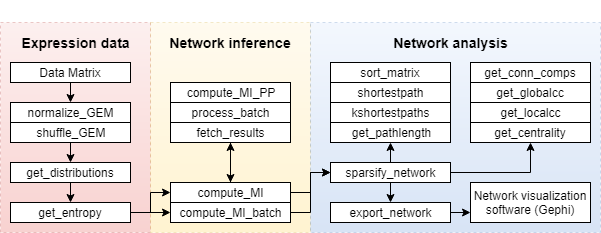
Earlier version of the draw.io export Documentation/flow.png (DepartmentofNeurophysiology/NETSCOPE). Source tidied: cells renumbered, new cells last; positions are measured from the earlier drawing's top-left corner, leaving out a move shared by most shapes.
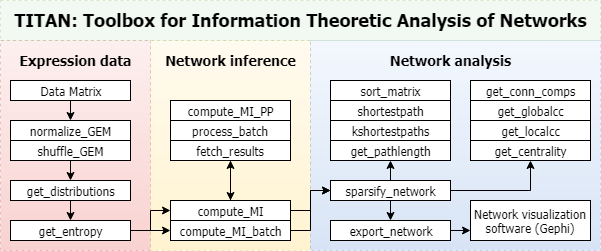
Above is the later version.

Commit message:
workflow figure update

Change to the diagram source:
```diff
@@ -2,135 +2,141 @@
   <root>
     <mxCell id="0" />
     <mxCell id="1" parent="0" />
-    <mxCell id="2" style="whiteSpace=wrap;html=1;dashed=1;fontSize=14;textOpacity=20;opacity=30;plain-red;" parent="1" vertex="1">
+    <mxCell id="2" style="whiteSpace=wrap;html=1;dashed=1;fontSize=14;textOpacity=20;opacity=30;plain-red;fontFamily=Tahoma;spacing=2;" parent="1" vertex="1">
       <mxGeometry y="15" width="150" height="210" as="geometry" />
     </mxCell>
-    <mxCell id="3" style="whiteSpace=wrap;html=1;dashed=1;fontSize=14;textOpacity=20;opacity=30;plain-yellow;" parent="1" vertex="1">
+    <mxCell id="3" style="whiteSpace=wrap;html=1;dashed=1;fontSize=14;textOpacity=20;opacity=30;plain-yellow;fontFamily=Tahoma;spacing=2;" parent="1" vertex="1">
       <mxGeometry x="150" y="15" width="160" height="210" as="geometry" />
     </mxCell>
-    <mxCell id="4" style="whiteSpace=wrap;html=1;dashed=1;fontSize=14;textOpacity=20;opacity=30;plain-blue;" parent="1" vertex="1">
+    <mxCell id="4" style="whiteSpace=wrap;html=1;dashed=1;fontSize=14;textOpacity=20;opacity=30;plain-blue;fontFamily=Tahoma;spacing=2;" parent="1" vertex="1">
       <mxGeometry x="310" y="15" width="290" height="210" as="geometry" />
     </mxCell>
-    <mxCell id="5" style="edgeStyle=orthogonalEdgeStyle;rounded=0;html=1;exitX=0;exitY=0.75;entryX=0;entryY=0.75;jettySize=auto;orthogonalLoop=1;" parent="1" edge="1">
+    <mxCell id="5" style="edgeStyle=orthogonalEdgeStyle;rounded=0;html=1;exitX=0;exitY=0.75;entryX=0;entryY=0.75;jettySize=auto;orthogonalLoop=1;fontFamily=Tahoma;spacing=2;" parent="1" edge="1">
       <mxGeometry relative="1" as="geometry">
         <mxPoint x="135" as="sourcePoint" />
         <mxPoint x="135" as="targetPoint" />
       </mxGeometry>
     </mxCell>
-    <mxCell id="6" value="Network analysis" style="text;html=1;strokeColor=none;fillColor=none;align=center;verticalAlign=middle;whiteSpace=wrap;overflow=hidden;dashed=1;fontStyle=1;fontSize=14;" parent="1" vertex="1">
+    <mxCell id="6" value="Network analysis" style="text;html=1;strokeColor=none;fillColor=none;align=center;verticalAlign=middle;whiteSpace=wrap;overflow=hidden;dashed=1;fontStyle=1;fontSize=14;fontFamily=Tahoma;spacing=2;" parent="1" vertex="1">
       <mxGeometry x="300" y="25" width="300" height="20" as="geometry" />
     </mxCell>
-    <mxCell id="7" value="get_pathlength" style="whiteSpace=wrap;html=1;" parent="1" vertex="1">
+    <mxCell id="7" value="get_pathlength" style="whiteSpace=wrap;html=1;fontFamily=Tahoma;spacing=2;" parent="1" vertex="1">
       <mxGeometry x="330" y="115" width="120" height="20" as="geometry" />
     </mxCell>
-    <mxCell id="8" value="get_conn_comps" style="whiteSpace=wrap;html=1;" parent="1" vertex="1">
+    <mxCell id="8" value="get_conn_comps" style="whiteSpace=wrap;html=1;fontFamily=Tahoma;spacing=2;" parent="1" vertex="1">
       <mxGeometry x="470" y="55" width="120" height="20" as="geometry" />
     </mxCell>
-    <mxCell id="9" value="kshortestpaths" style="whiteSpace=wrap;html=1;" parent="1" vertex="1">
+    <mxCell id="9" value="kshortestpaths" style="whiteSpace=wrap;html=1;fontFamily=Tahoma;spacing=2;" parent="1" vertex="1">
       <mxGeometry x="330" y="95" width="120" height="20" as="geometry" />
     </mxCell>
-    <mxCell id="10" value="shortestpath" style="whiteSpace=wrap;html=1;" parent="1" vertex="1">
+    <mxCell id="10" value="shortestpath" style="whiteSpace=wrap;html=1;fontFamily=Tahoma;spacing=2;" parent="1" vertex="1">
       <mxGeometry x="330" y="75" width="120" height="20" as="geometry" />
     </mxCell>
-    <mxCell id="11" value="process_batch" style="whiteSpace=wrap;html=1;" parent="1" vertex="1">
+    <mxCell id="11" value="process_batch" style="whiteSpace=wrap;html=1;fontFamily=Tahoma;spacing=2;" parent="1" vertex="1">
       <mxGeometry x="170" y="95" width="120" height="20" as="geometry" />
     </mxCell>
-    <mxCell id="12" value="normalize_GEM&lt;br&gt;" style="whiteSpace=wrap;html=1;" parent="1" vertex="1">
+    <mxCell id="12" value="normalize_GEM&lt;br&gt;" style="whiteSpace=wrap;html=1;fontFamily=Tahoma;spacing=2;" parent="1" vertex="1">
       <mxGeometry x="10" y="95" width="120" height="20" as="geometry" />
     </mxCell>
-    <mxCell id="13" value="shuffle_GEM" style="whiteSpace=wrap;html=1;" parent="1" vertex="1">
+    <mxCell id="13" value="shuffle_GEM" style="whiteSpace=wrap;html=1;fontFamily=Tahoma;spacing=2;" parent="1" vertex="1">
       <mxGeometry x="10" y="115" width="120" height="20" as="geometry" />
     </mxCell>
-    <mxCell id="14" style="edgeStyle=orthogonalEdgeStyle;rounded=0;jettySize=auto;html=1;exitX=0.5;exitY=1;exitDx=0;exitDy=0;entryX=0.5;entryY=0;entryDx=0;entryDy=0;" parent="1" edge="1" source="15" target="18">
+    <mxCell id="14" style="edgeStyle=orthogonalEdgeStyle;rounded=0;jettySize=auto;html=1;exitX=0.5;exitY=1;exitDx=0;exitDy=0;entryX=0.5;entryY=0;entryDx=0;entryDy=0;fontFamily=Tahoma;spacing=2;" parent="1" edge="1" source="15" target="18">
       <mxGeometry relative="1" as="geometry" />
     </mxCell>
-    <mxCell id="15" value="get_distributions" style="whiteSpace=wrap;html=1;" parent="1" vertex="1">
+    <mxCell id="15" value="get_distributions" style="whiteSpace=wrap;html=1;fontFamily=Tahoma;spacing=2;" parent="1" vertex="1">
       <mxGeometry x="10" y="155" width="120" height="20" as="geometry" />
     </mxCell>
-    <mxCell id="16" style="edgeStyle=orthogonalEdgeStyle;rounded=0;jettySize=auto;html=1;exitX=1;exitY=0.5;exitDx=0;exitDy=0;entryX=0;entryY=0.5;entryDx=0;entryDy=0;" parent="1" edge="1" source="18" target="29">
+    <mxCell id="16" style="edgeStyle=orthogonalEdgeStyle;rounded=0;jettySize=auto;html=1;exitX=1;exitY=0.5;exitDx=0;exitDy=0;entryX=0;entryY=0.5;entryDx=0;entryDy=0;fontFamily=Tahoma;spacing=2;" parent="1" edge="1" source="18" target="29">
       <mxGeometry relative="1" as="geometry" />
     </mxCell>
-    <mxCell id="17" style="edgeStyle=orthogonalEdgeStyle;rounded=0;jettySize=auto;html=1;exitX=1;exitY=0.5;exitDx=0;exitDy=0;entryX=0;entryY=0.5;entryDx=0;entryDy=0;" parent="1" edge="1" source="18" target="21">
+    <mxCell id="17" style="edgeStyle=orthogonalEdgeStyle;rounded=0;jettySize=auto;html=1;exitX=1;exitY=0.5;exitDx=0;exitDy=0;entryX=0;entryY=0.5;entryDx=0;entryDy=0;fontFamily=Tahoma;spacing=2;" parent="1" edge="1" source="18" target="21">
       <mxGeometry relative="1" as="geometry" />
     </mxCell>
-    <mxCell id="18" value="get_entropy" style="whiteSpace=wrap;html=1;" parent="1" vertex="1">
+    <mxCell id="18" value="get_entropy" style="whiteSpace=wrap;html=1;fontFamily=Tahoma;spacing=2;" parent="1" vertex="1">
       <mxGeometry x="10" y="195" width="120" height="20" as="geometry" />
     </mxCell>
-    <mxCell id="19" style="edgeStyle=orthogonalEdgeStyle;rounded=0;jettySize=auto;html=1;exitX=0.5;exitY=0;exitDx=0;exitDy=0;entryX=0.5;entryY=1;entryDx=0;entryDy=0;" parent="1" edge="1" source="21" target="31">
+    <mxCell id="19" style="edgeStyle=orthogonalEdgeStyle;rounded=0;jettySize=auto;html=1;exitX=0.5;exitY=0;exitDx=0;exitDy=0;entryX=0.5;entryY=1;entryDx=0;entryDy=0;fontFamily=Tahoma;spacing=2;" parent="1" edge="1" source="21" target="31">
       <mxGeometry relative="1" as="geometry" />
     </mxCell>
-    <mxCell id="20" style="edgeStyle=orthogonalEdgeStyle;rounded=0;jettySize=auto;html=1;exitX=1;exitY=0.5;exitDx=0;exitDy=0;entryX=0;entryY=0.5;entryDx=0;entryDy=0;" parent="1" edge="1" source="21" target="25">
+    <mxCell id="20" style="edgeStyle=orthogonalEdgeStyle;rounded=0;jettySize=auto;html=1;exitX=1;exitY=0.5;exitDx=0;exitDy=0;entryX=0;entryY=0.5;entryDx=0;entryDy=0;fontFamily=Tahoma;spacing=2;" parent="1" edge="1" source="21" target="25">
       <mxGeometry relative="1" as="geometry" />
     </mxCell>
-    <mxCell id="21" value="compute_MI" style="whiteSpace=wrap;html=1;" parent="1" vertex="1">
+    <mxCell id="21" value="compute_MI" style="whiteSpace=wrap;html=1;fontFamily=Tahoma;spacing=2;" parent="1" vertex="1">
       <mxGeometry x="170" y="175" width="120" height="20" as="geometry" />
     </mxCell>
-    <mxCell id="22" style="edgeStyle=orthogonalEdgeStyle;rounded=0;jettySize=auto;html=1;exitX=0.5;exitY=1;exitDx=0;exitDy=0;entryX=0.5;entryY=0;entryDx=0;entryDy=0;" parent="1" edge="1" source="25" target="33">
+    <mxCell id="22" style="edgeStyle=orthogonalEdgeStyle;rounded=0;jettySize=auto;html=1;exitX=0.5;exitY=1;exitDx=0;exitDy=0;entryX=0.5;entryY=0;entryDx=0;entryDy=0;fontFamily=Tahoma;spacing=2;" parent="1" edge="1" source="25" target="33">
       <mxGeometry relative="1" as="geometry" />
     </mxCell>
-    <mxCell id="23" style="edgeStyle=orthogonalEdgeStyle;rounded=0;jettySize=auto;html=1;exitX=0.5;exitY=0;exitDx=0;exitDy=0;entryX=0.5;entryY=1;entryDx=0;entryDy=0;" parent="1" edge="1" source="25" target="7">
+    <mxCell id="23" style="edgeStyle=orthogonalEdgeStyle;rounded=0;jettySize=auto;html=1;exitX=0.5;exitY=0;exitDx=0;exitDy=0;entryX=0.5;entryY=1;entryDx=0;entryDy=0;fontFamily=Tahoma;spacing=2;" parent="1" edge="1" source="25" target="7">
       <mxGeometry relative="1" as="geometry" />
     </mxCell>
-    <mxCell id="24" style="edgeStyle=orthogonalEdgeStyle;rounded=0;jettySize=auto;html=1;exitX=1;exitY=0.5;exitDx=0;exitDy=0;entryX=0.5;entryY=1;entryDx=0;entryDy=0;" parent="1" edge="1" source="25" target="34">
+    <mxCell id="24" style="edgeStyle=orthogonalEdgeStyle;rounded=0;jettySize=auto;html=1;exitX=1;exitY=0.5;exitDx=0;exitDy=0;entryX=0.5;entryY=1;entryDx=0;entryDy=0;fontFamily=Tahoma;spacing=2;" parent="1" edge="1" source="25" target="34">
       <mxGeometry relative="1" as="geometry" />
     </mxCell>
-    <mxCell id="25" value="sparsify_network" style="whiteSpace=wrap;html=1;" parent="1" vertex="1">
+    <mxCell id="25" value="sparsify_network" style="whiteSpace=wrap;html=1;fontFamily=Tahoma;spacing=2;" parent="1" vertex="1">
       <mxGeometry x="330" y="155" width="120" height="20" as="geometry" />
     </mxCell>
-    <mxCell id="26" style="edgeStyle=orthogonalEdgeStyle;rounded=0;jettySize=auto;html=1;exitX=0.5;exitY=1;exitDx=0;exitDy=0;entryX=0.5;entryY=0;entryDx=0;entryDy=0;" parent="1" edge="1" target="15">
+    <mxCell id="26" style="edgeStyle=orthogonalEdgeStyle;rounded=0;jettySize=auto;html=1;exitX=0.5;exitY=1;exitDx=0;exitDy=0;entryX=0.5;entryY=0;entryDx=0;entryDy=0;fontFamily=Tahoma;spacing=2;" parent="1" edge="1" target="15">
       <mxGeometry relative="1" as="geometry">
         <mxPoint x="70" y="135" as="sourcePoint" />
       </mxGeometry>
     </mxCell>
-    <mxCell id="27" value="compute_MI_PP" style="whiteSpace=wrap;html=1;" parent="1" vertex="1">
+    <mxCell id="27" value="compute_MI_PP" style="whiteSpace=wrap;html=1;fontFamily=Tahoma;spacing=2;" parent="1" vertex="1">
       <mxGeometry x="170" y="75" width="120" height="20" as="geometry" />
     </mxCell>
-    <mxCell id="28" style="edgeStyle=orthogonalEdgeStyle;rounded=0;jettySize=auto;html=1;exitX=1;exitY=0.5;exitDx=0;exitDy=0;entryX=0;entryY=0.5;entryDx=0;entryDy=0;" parent="1" edge="1" source="29" target="25">
+    <mxCell id="28" style="edgeStyle=orthogonalEdgeStyle;rounded=0;jettySize=auto;html=1;exitX=1;exitY=0.5;exitDx=0;exitDy=0;entryX=0;entryY=0.5;entryDx=0;entryDy=0;fontFamily=Tahoma;spacing=2;" parent="1" edge="1" source="29" target="25">
       <mxGeometry relative="1" as="geometry" />
     </mxCell>
-    <mxCell id="29" value="compute_MI_batch" style="whiteSpace=wrap;html=1;" parent="1" vertex="1">
+    <mxCell id="29" value="compute_MI_batch" style="whiteSpace=wrap;html=1;fontFamily=Tahoma;spacing=2;" parent="1" vertex="1">
       <mxGeometry x="170" y="195" width="120" height="20" as="geometry" />
     </mxCell>
-    <mxCell id="30" style="edgeStyle=orthogonalEdgeStyle;rounded=0;jettySize=auto;html=1;exitX=0.5;exitY=1;exitDx=0;exitDy=0;" parent="1" edge="1" source="31">
+    <mxCell id="30" style="edgeStyle=orthogonalEdgeStyle;rounded=0;jettySize=auto;html=1;exitX=0.5;exitY=1;exitDx=0;exitDy=0;fontFamily=Tahoma;spacing=2;" parent="1" edge="1" source="31">
       <mxGeometry relative="1" as="geometry">
         <mxPoint x="230" y="175" as="targetPoint" />
       </mxGeometry>
     </mxCell>
-    <mxCell id="31" value="fetch_results" style="whiteSpace=wrap;html=1;" parent="1" vertex="1">
+    <mxCell id="31" value="fetch_results" style="whiteSpace=wrap;html=1;fontFamily=Tahoma;spacing=2;" parent="1" vertex="1">
       <mxGeometry x="170" y="115" width="120" height="20" as="geometry" />
     </mxCell>
-    <mxCell id="32" style="edgeStyle=orthogonalEdgeStyle;rounded=0;jettySize=auto;html=1;exitX=1;exitY=0.5;exitDx=0;exitDy=0;entryX=0;entryY=0.75;entryDx=0;entryDy=0;" parent="1" edge="1" source="33" target="40">
+    <mxCell id="32" style="edgeStyle=orthogonalEdgeStyle;rounded=0;jettySize=auto;html=1;exitX=1;exitY=0.5;exitDx=0;exitDy=0;entryX=0;entryY=0.75;entryDx=0;entryDy=0;fontFamily=Tahoma;spacing=2;" parent="1" edge="1" source="33" target="40">
       <mxGeometry relative="1" as="geometry" />
     </mxCell>
-    <mxCell id="33" value="export_network" style="whiteSpace=wrap;html=1;" parent="1" vertex="1">
+    <mxCell id="33" value="export_network" style="whiteSpace=wrap;html=1;fontFamily=Tahoma;spacing=2;" parent="1" vertex="1">
       <mxGeometry x="330" y="195" width="120" height="20" as="geometry" />
     </mxCell>
-    <mxCell id="34" value="get_centrality" style="whiteSpace=wrap;html=1;" parent="1" vertex="1">
+    <mxCell id="34" value="get_centrality" style="whiteSpace=wrap;html=1;fontFamily=Tahoma;spacing=2;" parent="1" vertex="1">
       <mxGeometry x="470" y="115" width="120" height="20" as="geometry" />
     </mxCell>
-    <mxCell id="35" value="get_globalcc&lt;br&gt;" style="whiteSpace=wrap;html=1;" parent="1" vertex="1">
+    <mxCell id="35" value="get_globalcc&lt;br&gt;" style="whiteSpace=wrap;html=1;fontFamily=Tahoma;spacing=2;" parent="1" vertex="1">
       <mxGeometry x="470" y="75" width="120" height="20" as="geometry" />
     </mxCell>
-    <mxCell id="36" value="get_localcc" style="whiteSpace=wrap;html=1;" parent="1" vertex="1">
+    <mxCell id="36" value="get_localcc" style="whiteSpace=wrap;html=1;fontFamily=Tahoma;spacing=2;" parent="1" vertex="1">
       <mxGeometry x="470" y="95" width="120" height="20" as="geometry" />
     </mxCell>
-    <mxCell id="37" value="Expression data" style="text;html=1;strokeColor=none;fillColor=none;align=center;verticalAlign=middle;whiteSpace=wrap;overflow=hidden;dashed=1;fontStyle=1;fontSize=14;" parent="1" vertex="1">
+    <mxCell id="37" value="Expression data" style="text;html=1;strokeColor=none;fillColor=none;align=center;verticalAlign=middle;whiteSpace=wrap;overflow=hidden;dashed=1;fontStyle=1;fontSize=14;fontFamily=Tahoma;spacing=2;" parent="1" vertex="1">
       <mxGeometry y="15" width="150" height="40" as="geometry" />
     </mxCell>
-    <mxCell id="38" value="Network inference" style="text;html=1;strokeColor=none;fillColor=none;align=center;verticalAlign=middle;whiteSpace=wrap;overflow=hidden;dashed=1;fontStyle=1;fontSize=14;" parent="1" vertex="1">
+    <mxCell id="38" value="Network inference" style="text;html=1;strokeColor=none;fillColor=none;align=center;verticalAlign=middle;whiteSpace=wrap;overflow=hidden;dashed=1;fontStyle=1;fontSize=14;fontFamily=Tahoma;spacing=2;" parent="1" vertex="1">
       <mxGeometry x="150" y="15" width="160" height="40" as="geometry" />
     </mxCell>
-    <mxCell id="39" value="sort_matrix&lt;br&gt;" style="whiteSpace=wrap;html=1;" parent="1" vertex="1">
+    <mxCell id="39" value="sort_matrix&lt;br&gt;" style="whiteSpace=wrap;html=1;fontFamily=Tahoma;spacing=2;" parent="1" vertex="1">
       <mxGeometry x="330" y="55" width="120" height="20" as="geometry" />
     </mxCell>
-    <mxCell id="40" value="Network visualization software (Gephi)" style="whiteSpace=wrap;html=1;" parent="1" vertex="1">
+    <mxCell id="40" value="Network visualization software (Gephi)" style="whiteSpace=wrap;html=1;fontFamily=Tahoma;spacing=2;" parent="1" vertex="1">
       <mxGeometry x="470" y="175" width="120" height="40" as="geometry" />
     </mxCell>
-    <mxCell id="41" style="edgeStyle=orthogonalEdgeStyle;rounded=0;jettySize=auto;html=1;exitX=0.5;exitY=1;exitDx=0;exitDy=0;entryX=0.5;entryY=0;entryDx=0;entryDy=0;" parent="1" edge="1" source="42" target="12">
+    <mxCell id="41" style="edgeStyle=orthogonalEdgeStyle;rounded=0;jettySize=auto;html=1;exitX=0.5;exitY=1;exitDx=0;exitDy=0;entryX=0.5;entryY=0;entryDx=0;entryDy=0;fontFamily=Tahoma;spacing=2;" parent="1" edge="1" source="42" target="12">
       <mxGeometry relative="1" as="geometry" />
     </mxCell>
-    <mxCell id="42" value="Data Matrix&lt;br&gt;" style="whiteSpace=wrap;html=1;" parent="1" vertex="1">
+    <mxCell id="42" value="Data Matrix&lt;br&gt;" style="whiteSpace=wrap;html=1;fontFamily=Tahoma;spacing=2;" parent="1" vertex="1">
       <mxGeometry x="10" y="55" width="120" height="20" as="geometry" />
     </mxCell>
+    <mxCell id="43" style="whiteSpace=wrap;html=1;dashed=1;fontSize=14;textOpacity=20;opacity=30;fillColor=#d5e8d4;strokeColor=#82b366;fontFamily=Tahoma;spacing=2;" parent="1" vertex="1">
+      <mxGeometry y="-25" width="600" height="40" as="geometry" />
+    </mxCell>
+    <mxCell id="44" value="&lt;font style=&quot;font-size: 18px;&quot;&gt;TITAN: Toolbox for Information Theoretic Analysis of Networks&lt;/font&gt;" style="text;html=1;strokeColor=none;fillColor=none;align=center;verticalAlign=middle;whiteSpace=wrap;overflow=hidden;dashed=1;fontStyle=1;fontSize=18;fontFamily=Tahoma;spacing=2;" parent="1" vertex="1">
+      <mxGeometry y="-25" width="600" height="40" as="geometry" />
+    </mxCell>
   </root>
 </mxGraphModel>
```
